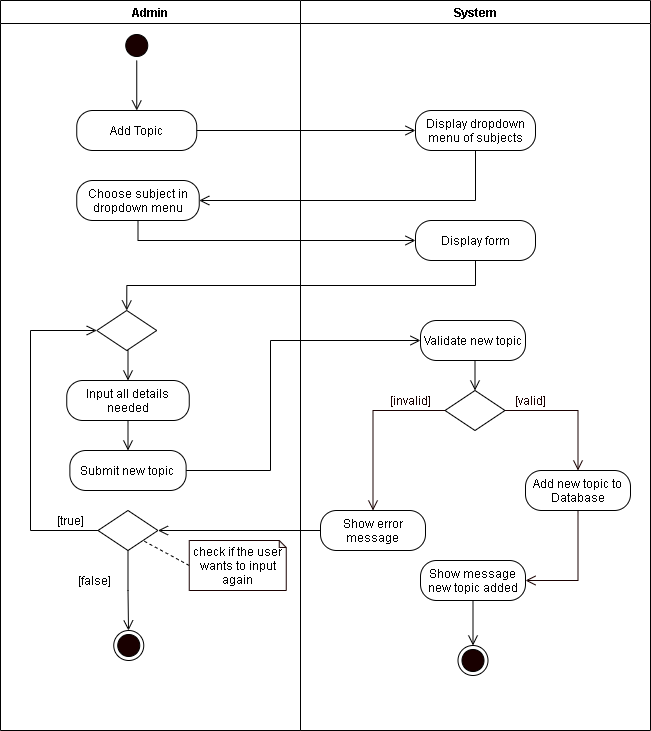
The draw.io diagram REVISIONS/UML-DIAGRAMS/6-9-2021/ACTIVITY DIAGRAM/16-Add Topic.png in mrklglsn/CAPSTONE-FILES, before a commit. Source tidied: cells renumbered, new cells last; positions are measured from the earlier drawing's top-left corner, leaving out a move shared by most shapes.
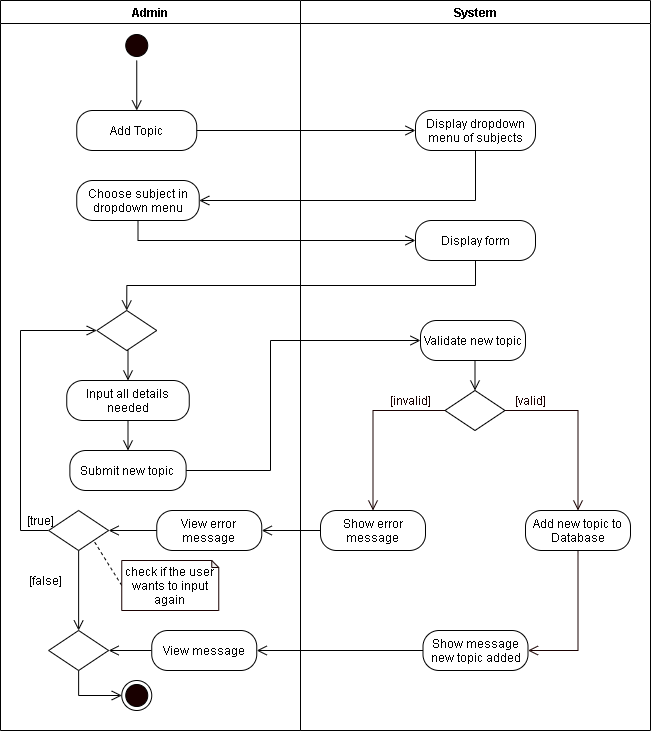
The same diagram one commit later.

Diff of the diagram source:
```diff
@@ -34,37 +34,53 @@
     <mxCell id="11" style="edgeStyle=orthogonalEdgeStyle;rounded=0;jettySize=auto;html=1;exitX=0;exitY=0.5;exitDx=0;exitDy=0;entryX=0;entryY=0.5;entryDx=0;entryDy=0;endArrow=open;endFill=0;endSize=8;" parent="2" edge="1" source="13" target="10">
       <mxGeometry relative="1" as="geometry">
         <Array as="points">
-          <mxPoint x="30" y="530" />
-          <mxPoint x="30" y="330" />
+          <mxPoint x="20" y="530" />
+          <mxPoint x="20" y="330" />
         </Array>
       </mxGeometry>
     </mxCell>
-    <mxCell id="12" style="edgeStyle=orthogonalEdgeStyle;rounded=0;jettySize=auto;html=1;exitX=0.5;exitY=1;exitDx=0;exitDy=0;endArrow=open;endFill=0;endSize=8;startArrow=none;" parent="2" edge="1" source="13">
-      <mxGeometry relative="1" as="geometry">
-        <mxPoint x="128" y="630" as="targetPoint" />
-      </mxGeometry>
+    <mxCell id="12" style="edgeStyle=orthogonalEdgeStyle;rounded=0;jettySize=auto;html=1;exitX=0.5;exitY=1;exitDx=0;exitDy=0;endArrow=open;endFill=0;endSize=8;startArrow=none;entryX=0.5;entryY=0;entryDx=0;entryDy=0;" parent="2" edge="1" source="13" target="47">
+      <mxGeometry relative="1" as="geometry" />
     </mxCell>
     <mxCell id="13" style="rhombus;whiteSpace=wrap;html=1;" parent="2" vertex="1">
-      <mxGeometry x="97.5" y="510" width="60" height="40" as="geometry" />
+      <mxGeometry x="48.1" y="510" width="60" height="40" as="geometry" />
     </mxCell>
     <mxCell id="14" value="[true]" style="text;html=1;align=center;verticalAlign=middle;strokeColor=none;" parent="2" vertex="1">
-      <mxGeometry x="50" y="510" width="40" height="20" as="geometry" />
+      <mxGeometry x="20" y="510" width="40" height="20" as="geometry" />
     </mxCell>
     <mxCell id="15" style="rounded=0;jettySize=auto;html=1;exitX=0;exitY=0.5;exitDx=0;exitDy=0;exitPerimeter=0;entryX=1;entryY=1;entryDx=0;entryDy=0;endArrow=none;endFill=0;endSize=8;dashed=1;" parent="2" edge="1" source="16" target="13">
       <mxGeometry relative="1" as="geometry" />
     </mxCell>
     <mxCell id="16" value="check if the user wants to input again" style="shape=note;whiteSpace=wrap;html=1;backgroundOutline=1;darkOpacity=0.05;strokeColor=#190000;size=7;" parent="2" vertex="1">
-      <mxGeometry x="188.8" y="540" width="97" height="50" as="geometry" />
+      <mxGeometry x="121.2" y="560" width="97" height="50" as="geometry" />
     </mxCell>
     <mxCell id="17" value="[false]" style="text;html=1;align=center;verticalAlign=middle;strokeColor=none;" parent="2" vertex="1">
-      <mxGeometry x="69.4" y="570" width="50" height="20" as="geometry" />
+      <mxGeometry x="20" y="570" width="50" height="20" as="geometry" />
     </mxCell>
     <mxCell id="18" style="ellipse;html=1;shape=endState;fillColor=#190000;" parent="2" vertex="1">
-      <mxGeometry x="113.2" y="630" width="30" height="30" as="geometry" />
+      <mxGeometry x="121.2" y="680" width="30" height="30" as="geometry" />
     </mxCell>
     <mxCell id="19" value="Choose subject in dropdown menu" style="rounded=1;whiteSpace=wrap;html=1;arcSize=40;" parent="2" vertex="1">
       <mxGeometry x="76.2" y="180" width="122.5" height="40" as="geometry" />
     </mxCell>
+    <mxCell id="42" style="edgeStyle=orthogonalEdgeStyle;rounded=0;jettySize=auto;html=1;exitX=0;exitY=0.5;exitDx=0;exitDy=0;endArrow=open;endFill=0;endSize=8;" parent="2" edge="1" source="43" target="13">
+      <mxGeometry relative="1" as="geometry" />
+    </mxCell>
+    <mxCell id="43" value="View error message" style="rounded=1;whiteSpace=wrap;html=1;arcSize=40;" parent="2" vertex="1">
+      <mxGeometry x="156.2" y="510" width="105" height="40" as="geometry" />
+    </mxCell>
+    <mxCell id="44" style="edgeStyle=orthogonalEdgeStyle;rounded=0;jettySize=auto;html=1;exitX=0;exitY=0.5;exitDx=0;exitDy=0;endArrow=open;endFill=0;endSize=8;" parent="2" edge="1" source="45" target="47">
+      <mxGeometry relative="1" as="geometry" />
+    </mxCell>
+    <mxCell id="45" value="View message" style="rounded=1;whiteSpace=wrap;html=1;arcSize=40;" parent="2" vertex="1">
+      <mxGeometry x="151.2" y="630" width="105" height="40" as="geometry" />
+    </mxCell>
+    <mxCell id="46" style="edgeStyle=orthogonalEdgeStyle;rounded=0;jettySize=auto;html=1;exitX=0.5;exitY=1;exitDx=0;exitDy=0;entryX=0;entryY=0.5;entryDx=0;entryDy=0;endArrow=open;endFill=0;endSize=8;" parent="2" edge="1" source="47" target="18">
+      <mxGeometry relative="1" as="geometry" />
+    </mxCell>
+    <mxCell id="47" style="rhombus;whiteSpace=wrap;html=1;" parent="2" vertex="1">
+      <mxGeometry x="48.1" y="630" width="60" height="40" as="geometry" />
+    </mxCell>
     <mxCell id="20" value="System" style="swimlane;" parent="1" vertex="1">
       <mxGeometry x="300" width="350" height="730" as="geometry" />
     </mxCell>
@@ -90,7 +106,7 @@
       <mxGeometry relative="1" as="geometry" />
     </mxCell>
     <mxCell id="28" value="Add new topic to Database" style="rounded=1;whiteSpace=wrap;html=1;arcSize=40;" parent="20" vertex="1">
-      <mxGeometry x="225" y="470" width="105" height="40" as="geometry" />
+      <mxGeometry x="225" y="510" width="105" height="40" as="geometry" />
     </mxCell>
     <mxCell id="29" style="edgeStyle=orthogonalEdgeStyle;rounded=0;jettySize=auto;html=1;exitX=0;exitY=0.5;exitDx=0;exitDy=0;fontColor=#FFFFFF;endArrow=open;endFill=0;endSize=8;strokeColor=#190000;entryX=0.5;entryY=0;entryDx=0;entryDy=0;" parent="20" edge="1" source="22" target="26">
       <mxGeometry relative="1" as="geometry" />
@@ -98,18 +114,12 @@
     <mxCell id="30" style="edgeStyle=orthogonalEdgeStyle;rounded=0;jettySize=auto;html=1;exitX=1;exitY=0.5;exitDx=0;exitDy=0;fontColor=#FFFFFF;endArrow=open;endFill=0;endSize=8;strokeColor=#190000;entryX=0.5;entryY=0;entryDx=0;entryDy=0;" parent="20" edge="1" source="22" target="28">
       <mxGeometry relative="1" as="geometry" />
     </mxCell>
-    <mxCell id="31" style="edgeStyle=orthogonalEdgeStyle;rounded=0;jettySize=auto;html=1;exitX=0.5;exitY=1;exitDx=0;exitDy=0;entryX=0.5;entryY=0;entryDx=0;entryDy=0;endArrow=open;endFill=0;endSize=8;" parent="20" edge="1" source="32" target="34">
-      <mxGeometry relative="1" as="geometry" />
-    </mxCell>
     <mxCell id="32" value="Show message new topic added" style="rounded=1;whiteSpace=wrap;html=1;arcSize=40;" parent="20" vertex="1">
-      <mxGeometry x="120" y="560" width="105" height="40" as="geometry" />
+      <mxGeometry x="122.5" y="630" width="105" height="40" as="geometry" />
     </mxCell>
     <mxCell id="33" value="Display dropdown menu of subjects" style="rounded=1;whiteSpace=wrap;html=1;arcSize=40;" parent="20" vertex="1">
       <mxGeometry x="115" y="110" width="120" height="40" as="geometry" />
     </mxCell>
-    <mxCell id="34" style="ellipse;html=1;shape=endState;fillColor=#190000;" parent="20" vertex="1">
-      <mxGeometry x="157.5" y="645" width="30" height="30" as="geometry" />
-    </mxCell>
     <mxCell id="35" value="Display form" style="rounded=1;whiteSpace=wrap;html=1;arcSize=40;" parent="20" vertex="1">
       <mxGeometry x="115" y="220" width="120" height="40" as="geometry" />
     </mxCell>
@@ -127,14 +137,17 @@
         </Array>
       </mxGeometry>
     </mxCell>
-    <mxCell id="39" style="edgeStyle=orthogonalEdgeStyle;rounded=0;jettySize=auto;html=1;exitX=0;exitY=0.5;exitDx=0;exitDy=0;entryX=1;entryY=0.5;entryDx=0;entryDy=0;endArrow=open;endFill=0;endSize=8;" parent="1" edge="1" source="26" target="13">
-      <mxGeometry relative="1" as="geometry" />
-    </mxCell>
     <mxCell id="40" style="edgeStyle=orthogonalEdgeStyle;rounded=0;jettySize=auto;html=1;exitX=0.5;exitY=1;exitDx=0;exitDy=0;endArrow=open;endFill=0;endSize=8;entryX=0;entryY=0.5;entryDx=0;entryDy=0;" parent="1" edge="1" source="19" target="35">
       <mxGeometry relative="1" as="geometry" />
     </mxCell>
     <mxCell id="41" style="edgeStyle=orthogonalEdgeStyle;rounded=0;jettySize=auto;html=1;exitX=0.5;exitY=1;exitDx=0;exitDy=0;entryX=0.5;entryY=0;entryDx=0;entryDy=0;endArrow=open;endFill=0;endSize=8;" parent="1" edge="1" source="35" target="10">
       <mxGeometry relative="1" as="geometry" />
     </mxCell>
+    <mxCell id="48" style="edgeStyle=orthogonalEdgeStyle;rounded=0;jettySize=auto;html=1;exitX=0;exitY=0.5;exitDx=0;exitDy=0;endArrow=open;endFill=0;endSize=8;" parent="1" edge="1" source="26" target="43">
+      <mxGeometry relative="1" as="geometry" />
+    </mxCell>
+    <mxCell id="49" style="edgeStyle=orthogonalEdgeStyle;rounded=0;jettySize=auto;html=1;exitX=0;exitY=0.5;exitDx=0;exitDy=0;endArrow=open;endFill=0;endSize=8;entryX=1;entryY=0.5;entryDx=0;entryDy=0;" parent="1" edge="1" source="32" target="45">
+      <mxGeometry relative="1" as="geometry" />
+    </mxCell>
   </root>
 </mxGraphModel>
```
